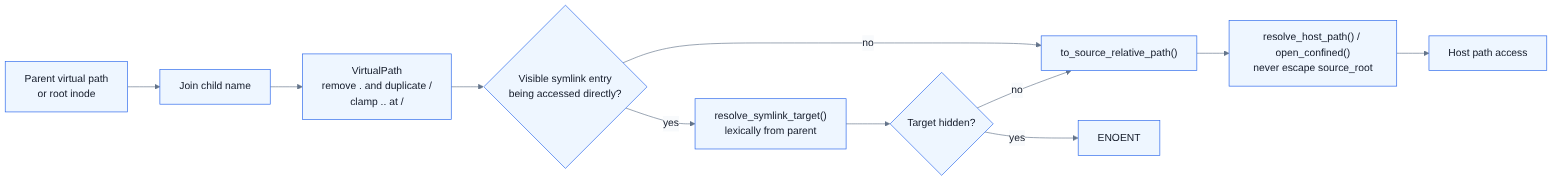
Above: docs/diagrams/path-resolution.png in spi-ca/screenfs (Mermaid), before the change. Its source is kept beside it as docs/diagrams/path-resolution.mmd.
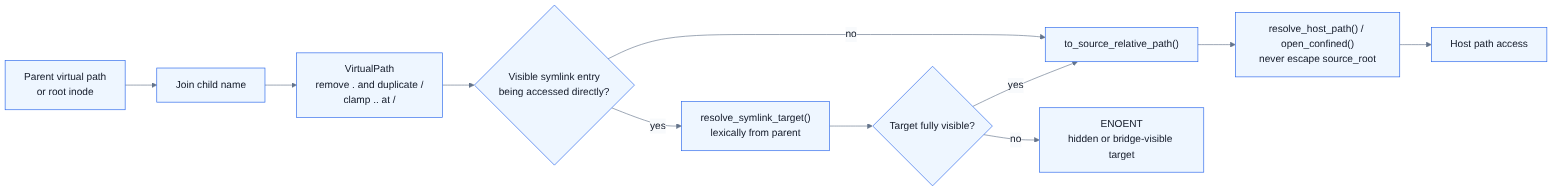
The same diagram one commit later.

The edit, as a diff of the source:
```diff
@@ -4,8 +4,8 @@
     lexical --> link{"Visible symlink entry\nbeing accessed directly?"}
     link -- no --> relative["to_source_relative_path()"]
     link -- yes --> target["resolve_symlink_target()\nlexically from parent"]
-    target --> targetCheck{"Target hidden?"}
-    targetCheck -- yes --> enoent["ENOENT"]
-    targetCheck -- no --> relative
+    target --> targetCheck{"Target fully visible?"}
+    targetCheck -- no --> enoent["ENOENT\nhidden or bridge-visible target"]
+    targetCheck -- yes --> relative
     relative --> confined["resolve_host_path() / open_confined()\nnever escape source_root"]
     confined --> host["Host path access"]
```
